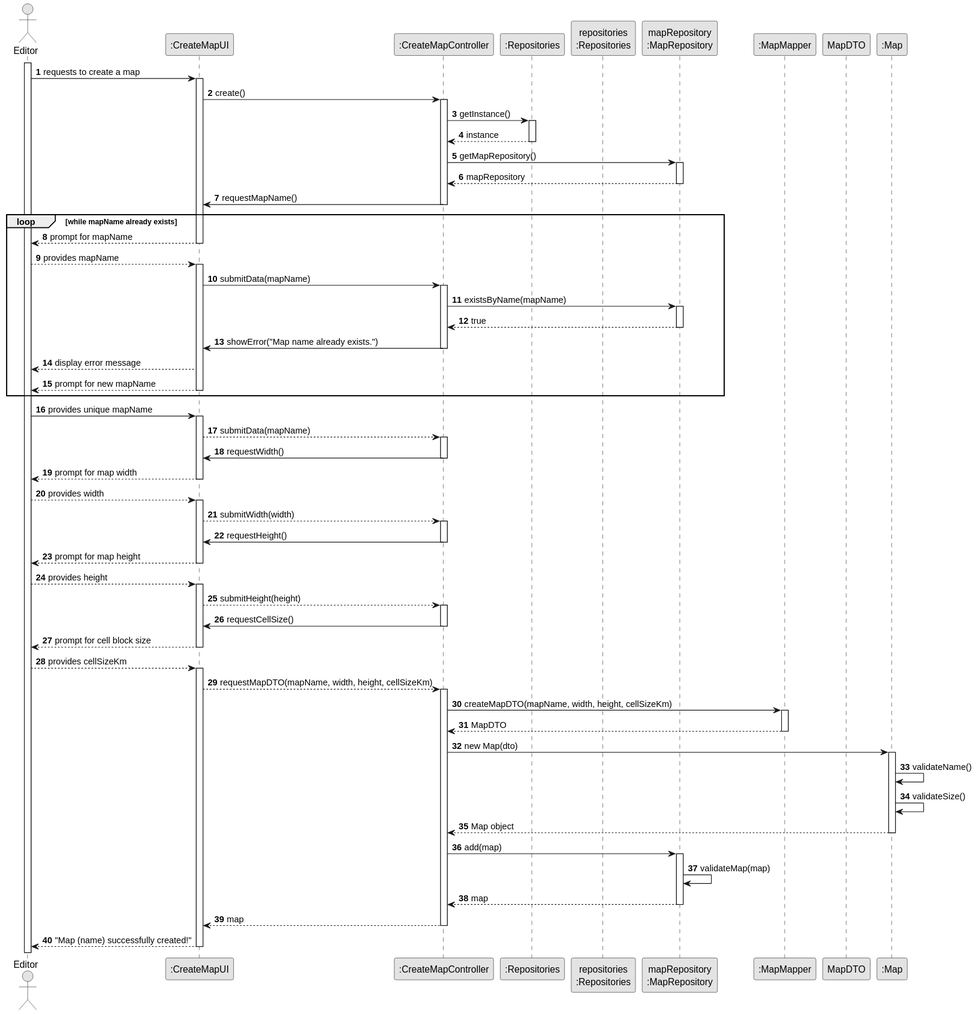
Before: docs/sprint3/us001/03.design/svg/us001-sequence-diagram.svg, a diagram exported from PlantUML (ivasduarte/all-aboard).
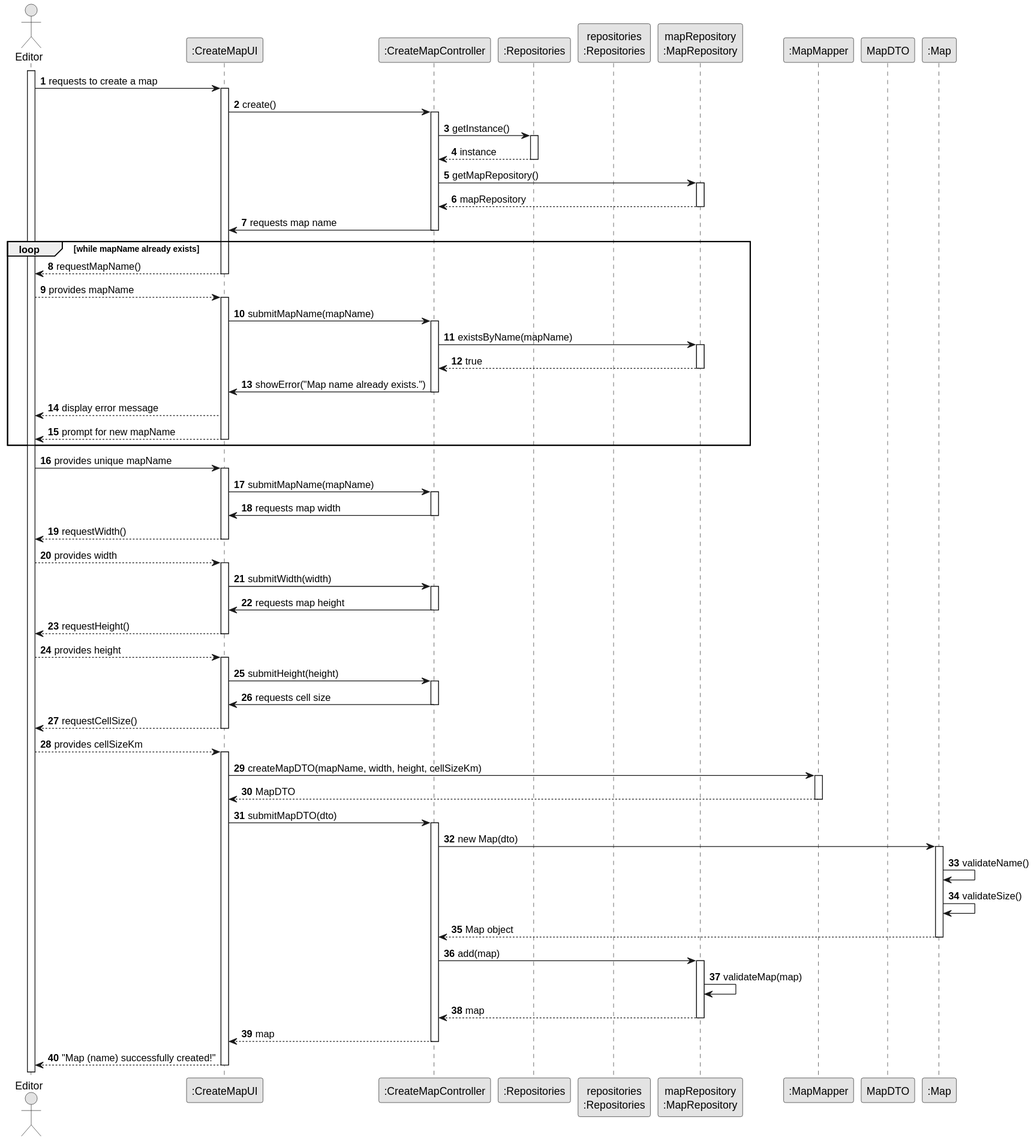
After the change.

Change to the diagram source:
```diff
@@ -33,17 +33,17 @@
 repo --> ctrl : mapRepository
 deactivate repo
 
-ctrl -> UI : requestMapName()
+ctrl -> UI : requests map name
 deactivate ctrl
 
 loop while mapName already exists
-    UI --> Editor: prompt for mapName
+    UI --> Editor: requestMapName()
     deactivate UI
 
     Editor --> UI : provides mapName
     activate UI
 
-    UI -> ctrl : submitData(mapName)
+    UI -> ctrl : submitMapName(mapName)
     activate ctrl
 
     ctrl -> repo : existsByName(mapName)
@@ -62,49 +62,49 @@
 Editor -> UI: provides unique mapName
 activate UI
 
-UI --> ctrl : submitData(mapName)
+UI -> ctrl : submitMapName(mapName)
 activate ctrl
 
-ctrl -> UI : requestWidth()
+ctrl -> UI : requests map width
 deactivate ctrl
 
-UI --> Editor: prompt for map width
+UI --> Editor: requestWidth()
 deactivate UI
 
 Editor --> UI : provides width
 activate UI
 
-UI --> ctrl : submitWidth(width)
+UI -> ctrl : submitWidth(width)
 activate ctrl
 
-ctrl -> UI : requestHeight()
+ctrl -> UI : requests map height
 deactivate ctrl
 
-UI --> Editor: prompt for map height
+UI --> Editor: requestHeight()
 deactivate UI
 
 Editor --> UI : provides height
 activate UI
 
-UI --> ctrl : submitHeight(height)
+UI -> ctrl : submitHeight(height)
 activate ctrl
 
-ctrl -> UI : requestCellSize()
+ctrl -> UI : requests cell size
 deactivate ctrl
 
-UI --> Editor: prompt for cell block size
+UI --> Editor: requestCellSize()
 deactivate UI
 
 Editor --> UI: provides cellSizeKm
 activate UI
 
-UI --> ctrl : requestMapDTO(mapName, width, height, cellSizeKm)
+UI -> mapper : createMapDTO(mapName, width, height, cellSizeKm)
+activate mapper
+mapper --> UI : MapDTO
+deactivate mapper
+
+UI -> ctrl : submitMapDTO(dto)
 activate ctrl
-
-ctrl -> mapper : createMapDTO(mapName, width, height, cellSizeKm)
-activate mapper
-mapper --> ctrl : MapDTO
-deactivate mapper
 
 ctrl -> Map : new Map(dto)
 activate Map
```
